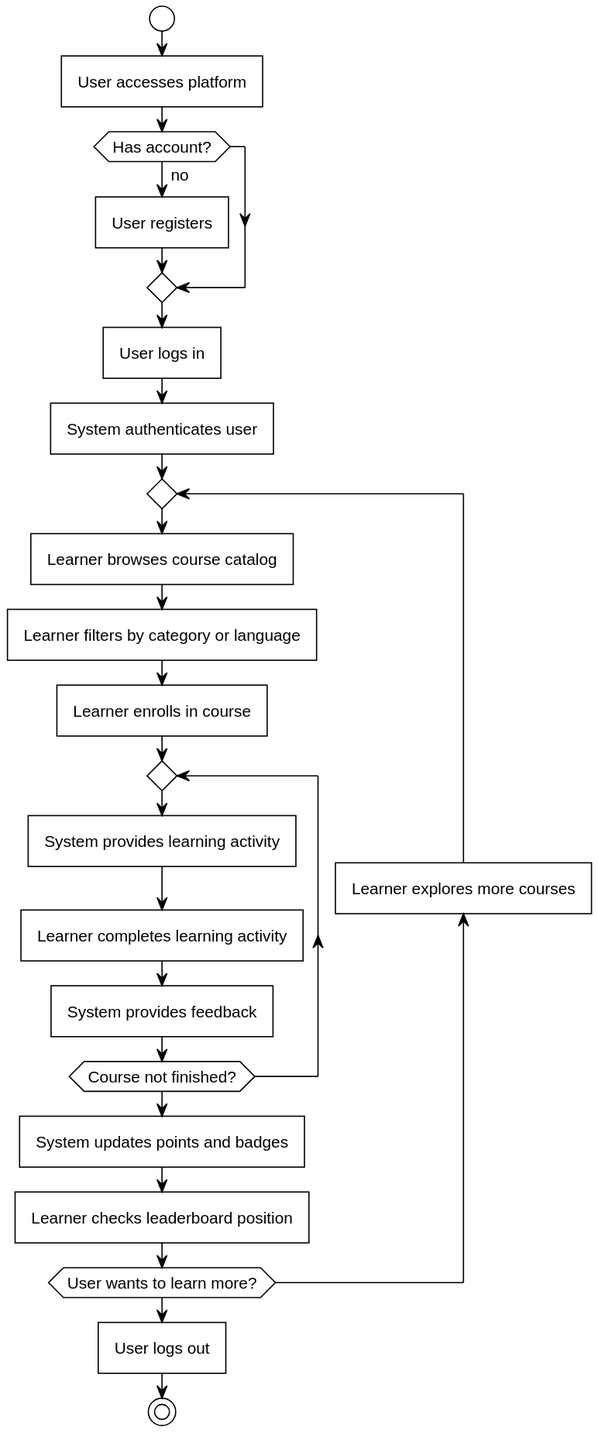
The PlantUML diagram out/Analysis/ActivityDIagrams/PlatformWorkflow/PlatformWorkflow.svg in SEPCheesecakeFactory/SEP3, before a commit. Its diagram source:
```plantuml
@startuml
!include https://raw.githubusercontent.com/fredoslav2004/MinimalThemePUML/refs/heads/main/minimal-theme.puml
start
:User accesses platform;
if (Has account?) then (no)
    :User registers;
endif
:User logs in;
:System authenticates user;
repeat
    :Learner browses course catalog;
    :Learner filters by category or language;
    :Learner enrolls in course;
    repeat
        :System provides learning activity;
        :Learner completes learning activity;
        :System provides feedback;
    repeat while (Course not finished?)
    :System updates points and badges;
    :Learner checks leaderboard position;
backward:Learner explores more courses;
repeat while (User wants to learn more?)
:User logs out;
stop
@enduml
```
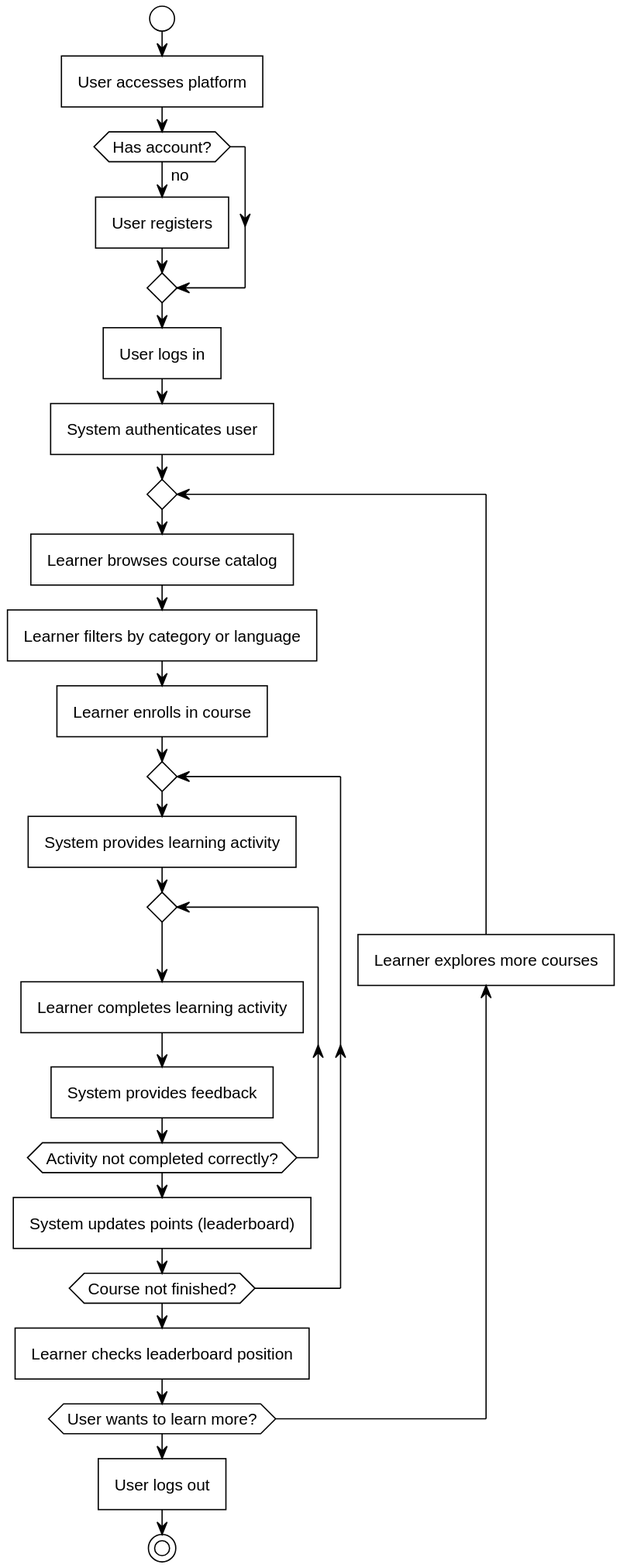
The same file after the commit.

Commit message:
[Fix] Activity diagrams

What changed in the source:
```diff
@@ -13,10 +13,12 @@
     :Learner enrolls in course;
     repeat
         :System provides learning activity;
+        repeat
         :Learner completes learning activity;
         :System provides feedback;
+        repeat while (Activity not completed correctly?)
+        :System updates points (leaderboard);
     repeat while (Course not finished?)
-    :System updates points and badges;
     :Learner checks leaderboard position;
 backward:Learner explores more courses;
 repeat while (User wants to learn more?)
```
